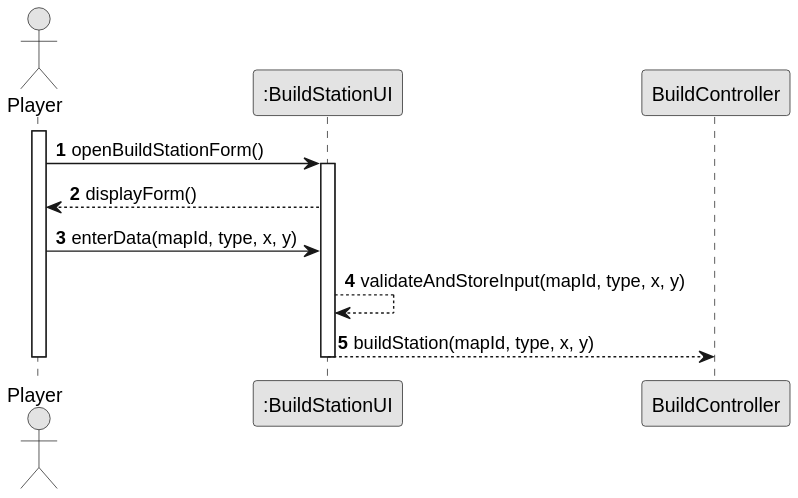
This is docs/system-documentation/US005/03.design/svg/US005-SD-getInput.svg from goncalolopesp/sem2-pi-24.25-g093-repo, a PlantUML export, as it was before one commit. Source of this version:
```plantuml
@startuml
skinparam monochrome true
skinparam packageStyle rectangle
skinparam shadowing false
autonumber

actor "Player" as Player
participant ":BuildStationUI" as BuildUI

activate Player
Player -> BuildUI: openBuildStationForm()
activate BuildUI
BuildUI --> Player: displayForm()
Player -> BuildUI: enterData(mapId, type, x, y)
BuildUI --> BuildUI: validateAndStoreInput(mapId, type, x, y)
BuildUI --> BuildController: buildStation(mapId, type, x, y)
deactivate BuildUI
deactivate Player
@enduml
```
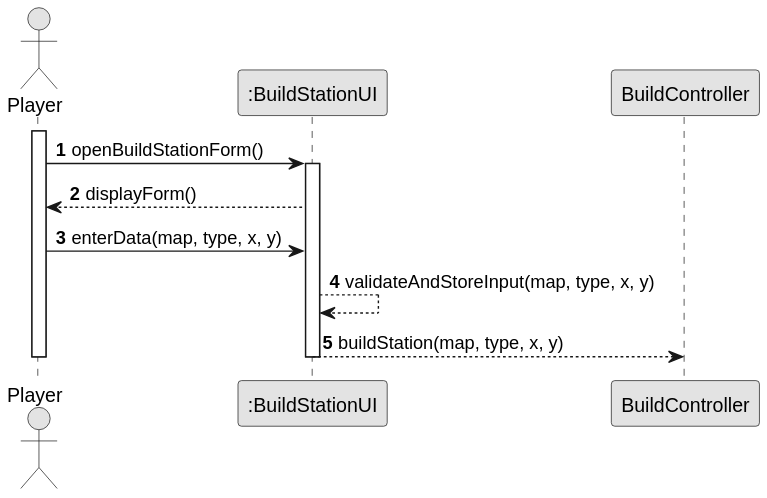
The same diagram one commit later.

What changed in the source:
```diff
@@ -11,9 +11,9 @@
 Player -> BuildUI: openBuildStationForm()
 activate BuildUI
 BuildUI --> Player: displayForm()
-Player -> BuildUI: enterData(mapId, type, x, y)
-BuildUI --> BuildUI: validateAndStoreInput(mapId, type, x, y)
-BuildUI --> BuildController: buildStation(mapId, type, x, y)
+Player -> BuildUI: enterData(map, type, x, y)
+BuildUI --> BuildUI: validateAndStoreInput(map, type, x, y)
+BuildUI --> BuildController: buildStation(map, type, x, y)
 deactivate BuildUI
 deactivate Player
 @enduml
```
